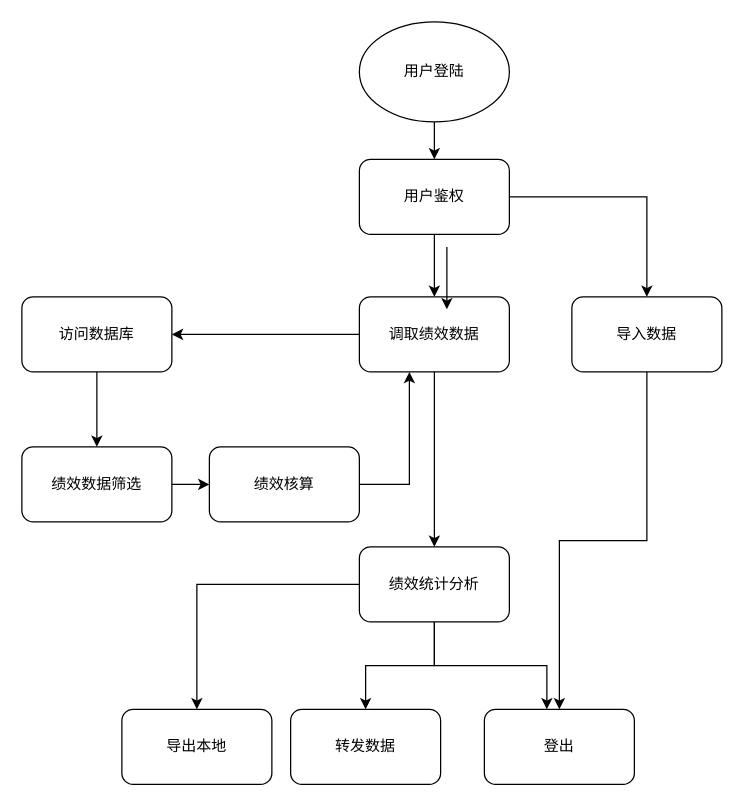
The draw.io diagram diagrams/绩效统计分析-业务流程.drawio in aswirl4/test, before the edit. Source tidied: cells renumbered, new cells numbered last; positions are measured from the earlier drawing's top-left corner, leaving out a move shared by most shapes. Both pictures are drawn from the tidied source at 125%, with x=0, y=0 at pixel (21, 21).
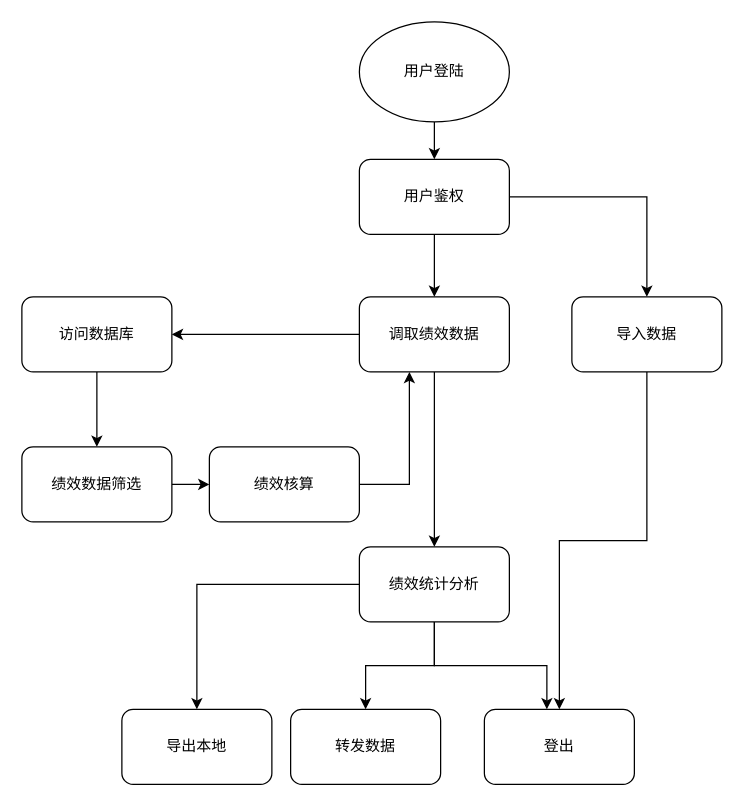
The same diagram, later.

Commit message (it also covers changes not shown here):
Update 绩效统计分析-业务流程.drawio

Change to the diagram source:
```diff
@@
-    <mxCell id="20" style="edgeStyle=orthogonalEdgeStyle;rounded=0;orthogonalLoop=1;jettySize=auto;html=1;" parent="1" edge="1">
-      <mxGeometry relative="1" as="geometry">
-        <mxPoint x="340" y="180" as="sourcePoint" />
-        <mxPoint x="340" y="230" as="targetPoint" />
-      </mxGeometry>
-    </mxCell>
```
